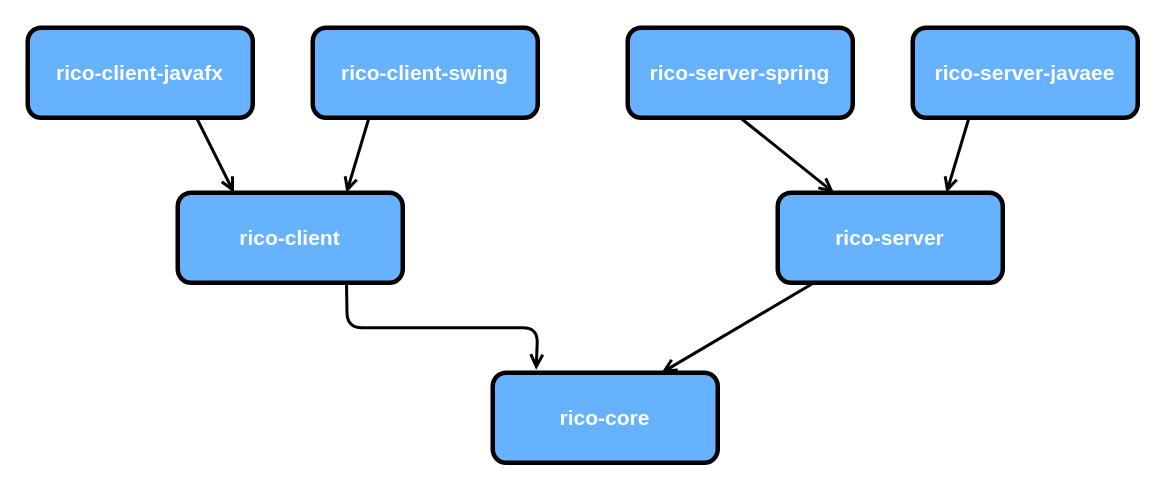
Earlier version of the draw.io diagram documentation/src/docs/asciidoc/images/base-gradle-modules.drawio (rico-projects/rico). Source tidied: cells renumbered, new cells numbered last; positions are measured from the earlier drawing's top-left corner, leaving out a move shared by most shapes. Both pictures are drawn from the tidied source at 150%, with x=0, y=0 at pixel (27, 27).
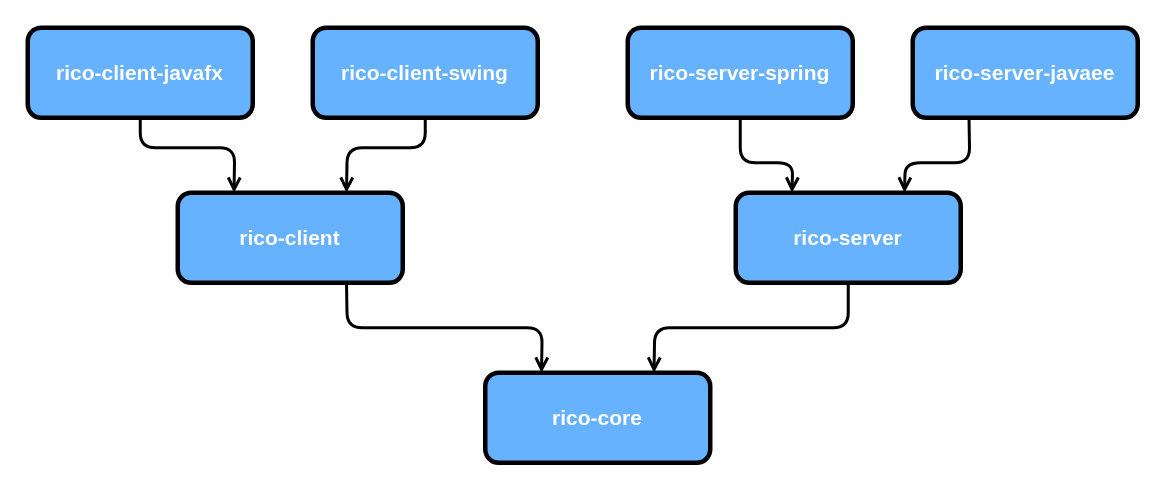
Above is the later version.

Unchanged cells that the change refers to:
```xml
<mxCell id="2" value="&lt;font color=&quot;#ffffff&quot; size=&quot;1&quot;&gt;&lt;b style=&quot;font-size: 14px&quot;&gt;rico-client-javafx&lt;/b&gt;&lt;/font&gt;" style="rounded=1;whiteSpace=wrap;html=1;strokeWidth=3;fillColor=#66B2FF;" parent="1" vertex="1">
  <mxGeometry width="150" height="60" as="geometry" />
</mxCell>
<mxCell id="3" value="&lt;font color=&quot;#ffffff&quot; size=&quot;1&quot;&gt;&lt;b style=&quot;font-size: 14px&quot;&gt;rico-client-swing&lt;/b&gt;&lt;/font&gt;" style="rounded=1;whiteSpace=wrap;html=1;strokeWidth=3;fillColor=#66B2FF;" parent="1" vertex="1">
  <mxGeometry x="190" width="150" height="60" as="geometry" />
</mxCell>
<mxCell id="4" value="&lt;font color=&quot;#ffffff&quot; size=&quot;1&quot;&gt;&lt;b style=&quot;font-size: 14px&quot;&gt;rico-client&lt;/b&gt;&lt;/font&gt;" style="rounded=1;whiteSpace=wrap;html=1;strokeWidth=3;fillColor=#66B2FF;" parent="1" vertex="1">
  <mxGeometry x="100" y="110" width="150" height="60" as="geometry" />
</mxCell>
<mxCell id="5" value="&lt;font color=&quot;#ffffff&quot; size=&quot;1&quot;&gt;&lt;b style=&quot;font-size: 14px&quot;&gt;rico-server-spring&lt;/b&gt;&lt;/font&gt;" style="rounded=1;whiteSpace=wrap;html=1;strokeWidth=3;fillColor=#66B2FF;" parent="1" vertex="1">
  <mxGeometry x="400" width="150" height="60" as="geometry" />
</mxCell>
<mxCell id="6" value="&lt;font color=&quot;#ffffff&quot; size=&quot;1&quot;&gt;&lt;b style=&quot;font-size: 14px&quot;&gt;rico-server-javaee&lt;/b&gt;&lt;/font&gt;" style="rounded=1;whiteSpace=wrap;html=1;strokeWidth=3;fillColor=#66B2FF;" parent="1" vertex="1">
  <mxGeometry x="590" width="150" height="60" as="geometry" />
</mxCell>
```

What changed in the source:
```diff
@@
     <mxCell id="7" value="&lt;font color=&quot;#ffffff&quot; size=&quot;1&quot;&gt;&lt;b style=&quot;font-size: 14px&quot;&gt;rico-server&lt;/b&gt;&lt;/font&gt;" style="rounded=1;whiteSpace=wrap;html=1;strokeWidth=3;fillColor=#66B2FF;" parent="1" vertex="1">
-      <mxGeometry x="500" y="110" width="150" height="60" as="geometry" />
+      <mxGeometry x="472" y="110" width="150" height="60" as="geometry" />
     </mxCell>
     <mxCell id="8" value="&lt;font color=&quot;#ffffff&quot; size=&quot;1&quot;&gt;&lt;b style=&quot;font-size: 14px&quot;&gt;rico-core&lt;/b&gt;&lt;/font&gt;" style="rounded=1;whiteSpace=wrap;html=1;strokeWidth=3;fillColor=#66B2FF;" parent="1" vertex="1">
-      <mxGeometry x="310" y="230" width="150" height="60" as="geometry" />
+      <mxGeometry x="305" y="230" width="150" height="60" as="geometry" />
     </mxCell>
-    <mxCell id="9" style="endArrow=open;html=1;endFill=0;strokeWidth=2;exitX=0.75;exitY=1;exitDx=0;exitDy=0;entryX=0.193;entryY=-0.033;entryDx=0;entryDy=0;entryPerimeter=0;" parent="1" edge="1" source="4" target="8">
+    <mxCell id="9" style="endArrow=open;html=1;endFill=0;strokeWidth=2;exitX=0.75;exitY=1;exitDx=0;exitDy=0;entryX=0.25;entryY=0;entryDx=0;entryDy=0;" parent="1" edge="1" source="4" target="8">
       <mxGeometry relative="1" as="geometry">
         <Array as="points">
           <mxPoint x="213" y="200" />
-          <mxPoint x="340" y="200" />
+          <mxPoint x="343" y="200" />
         </Array>
       </mxGeometry>
     </mxCell>
-    <mxCell id="10" style="endArrow=open;html=1;endFill=0;strokeWidth=2;entryX=0.75;entryY=0;entryDx=0;entryDy=0;" parent="1" edge="1" source="7" target="8">
-      <mxGeometry relative="1" as="geometry" />
-    </mxCell>
-    <mxCell id="11" style="endArrow=open;html=1;endFill=0;strokeWidth=2;exitX=0.5;exitY=1;exitDx=0;exitDy=0;" parent="1" edge="1" source="5" target="7">
-      <mxGeometry relative="1" as="geometry" />
+    <mxCell id="11" style="endArrow=open;html=1;endFill=0;strokeWidth=2;exitX=0.5;exitY=1;exitDx=0;exitDy=0;entryX=0.25;entryY=0;entryDx=0;entryDy=0;" parent="1" edge="1" source="5" target="7">
+      <mxGeometry relative="1" as="geometry">
+        <Array as="points">
+          <mxPoint x="475" y="90" />
+          <mxPoint x="510" y="90" />
+        </Array>
+      </mxGeometry>
     </mxCell>
     <mxCell id="12" style="endArrow=open;html=1;endFill=0;strokeWidth=2;exitX=0.25;exitY=1;exitDx=0;exitDy=0;entryX=0.75;entryY=0;entryDx=0;entryDy=0;" parent="1" edge="1" source="6" target="7">
-      <mxGeometry relative="1" as="geometry" />
+      <mxGeometry relative="1" as="geometry">
+        <Array as="points">
+          <mxPoint x="628" y="90" />
+          <mxPoint x="585" y="90" />
+        </Array>
+      </mxGeometry>
     </mxCell>
-    <mxCell id="13" style="endArrow=open;html=1;endFill=0;strokeWidth=2;exitX=0.25;exitY=1;exitDx=0;exitDy=0;entryX=0.75;entryY=0;entryDx=0;entryDy=0;" parent="1" edge="1" source="3" target="4">
-      <mxGeometry relative="1" as="geometry" />
+    <mxCell id="13" style="endArrow=open;html=1;endFill=0;strokeWidth=2;exitX=0.5;exitY=1;exitDx=0;exitDy=0;entryX=0.75;entryY=0;entryDx=0;entryDy=0;" parent="1" edge="1" source="3" target="4">
+      <mxGeometry relative="1" as="geometry">
+        <Array as="points">
+          <mxPoint x="265" y="80" />
+          <mxPoint x="213" y="80" />
+        </Array>
+      </mxGeometry>
     </mxCell>
-    <mxCell id="14" style="endArrow=open;html=1;endFill=0;strokeWidth=2;exitX=0.75;exitY=1;exitDx=0;exitDy=0;entryX=0.25;entryY=0;entryDx=0;entryDy=0;" parent="1" edge="1" source="2" target="4">
-      <mxGeometry relative="1" as="geometry" />
+    <mxCell id="14" style="endArrow=open;html=1;endFill=0;strokeWidth=2;exitX=0.5;exitY=1;exitDx=0;exitDy=0;entryX=0.25;entryY=0;entryDx=0;entryDy=0;" parent="1" edge="1" source="2" target="4">
+      <mxGeometry relative="1" as="geometry">
+        <Array as="points">
+          <mxPoint x="75" y="80" />
+          <mxPoint x="138" y="80" />
+        </Array>
+      </mxGeometry>
     </mxCell>
+    <mxCell id="10" style="endArrow=open;html=1;endFill=0;strokeWidth=2;entryX=0.75;entryY=0;entryDx=0;entryDy=0;exitX=0.5;exitY=1;exitDx=0;exitDy=0;" parent="1" edge="1" source="7" target="8">
+      <mxGeometry relative="1" as="geometry">
+        <Array as="points">
+          <mxPoint x="547" y="200" />
+          <mxPoint x="418" y="200" />
+        </Array>
+      </mxGeometry>
+    </mxCell>
```
